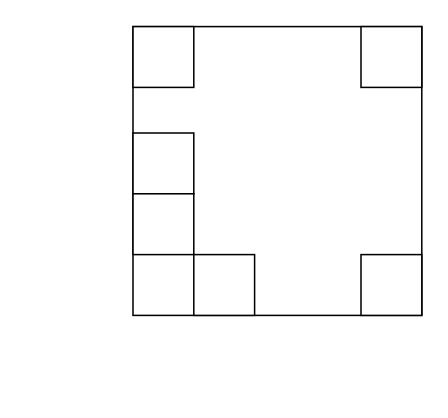
Above: whiteboard.drawio in conorw/vitest-scaffold (draw.io), before the change. Source tidied: cells renumbered, new cells numbered last; positions are measured from the earlier drawing's top-left corner, leaving out a move shared by most shapes. Both pictures are drawn from the tidied source at 152%, with x=0, y=0 at pixel (132, 26).
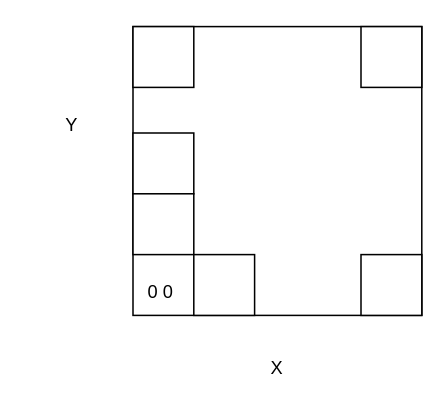
The same diagram, later.

The edit, as a diff of the source:
```diff
@@
 <mxGraphModel>
   <root>
     <mxCell id="0" />
     <mxCell id="1" parent="0" />
     <mxCell id="2" style="whiteSpace=wrap;html=1;" parent="1" vertex="1">
       <mxGeometry width="190" height="190" as="geometry" />
     </mxCell>
     <mxCell id="3" style="whiteSpace=wrap;html=1;" parent="1" vertex="1">
       <mxGeometry x="150" y="150" width="40" height="40" as="geometry" />
     </mxCell>
     <mxCell id="4" style="whiteSpace=wrap;html=1;" parent="1" vertex="1">
       <mxGeometry y="70" width="40" height="40" as="geometry" />
     </mxCell>
     <mxCell id="5" style="whiteSpace=wrap;html=1;" parent="1" vertex="1">
       <mxGeometry y="110" width="40" height="40" as="geometry" />
     </mxCell>
     <mxCell id="6" style="whiteSpace=wrap;html=1;" parent="1" vertex="1">
       <mxGeometry width="40" height="40" as="geometry" />
     </mxCell>
     <mxCell id="7" style="whiteSpace=wrap;html=1;" parent="1" vertex="1">
       <mxGeometry x="40" y="150" width="40" height="40" as="geometry" />
     </mxCell>
     <mxCell id="8" style="whiteSpace=wrap;html=1;" parent="1" vertex="1">
       <mxGeometry x="150" width="40" height="40" as="geometry" />
     </mxCell>
+    <mxCell id="9" value="0 0&amp;nbsp;" style="text;html=1;strokeColor=none;fillColor=none;align=center;verticalAlign=middle;whiteSpace=wrap;rounded=0;" parent="1" vertex="1">
+      <mxGeometry x="-10" y="160" width="60" height="30" as="geometry" />
+    </mxCell>
+    <mxCell id="10" value="X" style="text;html=1;strokeColor=none;fillColor=none;align=center;verticalAlign=middle;whiteSpace=wrap;rounded=0;" parent="1" vertex="1">
+      <mxGeometry x="65" y="210" width="60" height="30" as="geometry" />
+    </mxCell>
+    <mxCell id="11" value="Y" style="text;html=1;strokeColor=none;fillColor=none;align=center;verticalAlign=middle;whiteSpace=wrap;rounded=0;" parent="1" vertex="1">
+      <mxGeometry x="-70" y="50" width="60" height="30" as="geometry" />
+    </mxCell>
   </root>
 </mxGraphModel>
```
